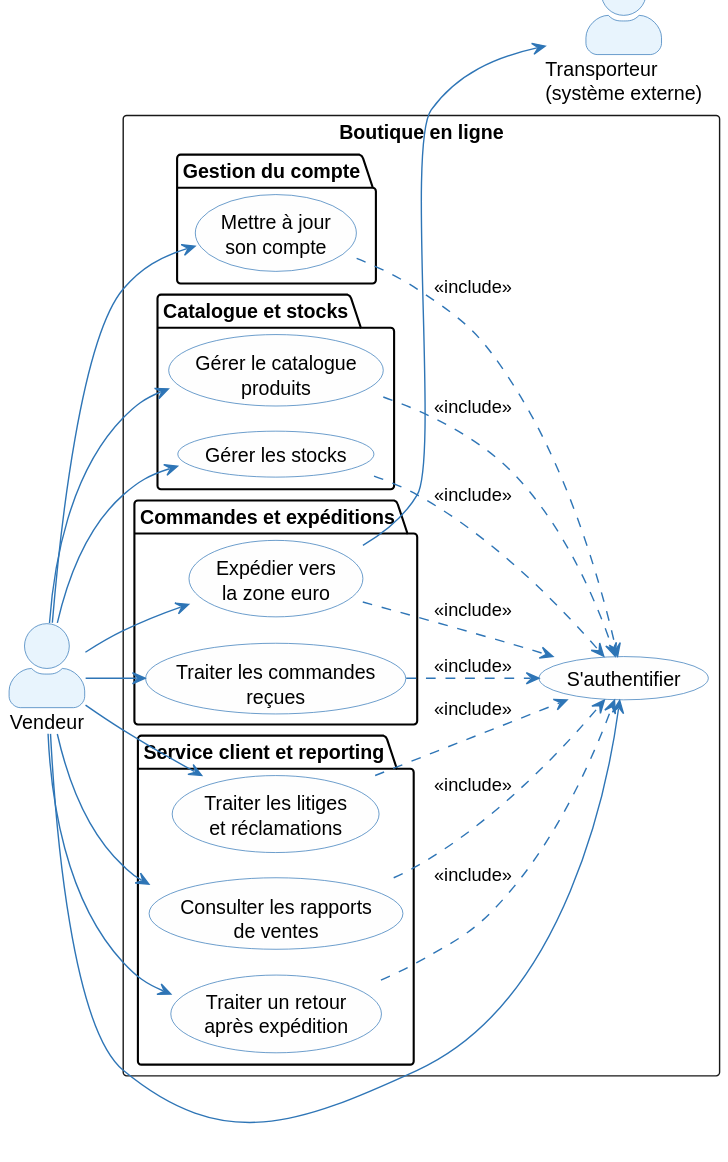
Above: architecture/01-operational-analysis/diagrams/oa-uc-vendor.svg in louistalvande/online_shop (PlantUML), before the change. Its diagram source:
```plantuml
@startuml
skinparam actorStyle awesome
skinparam usecase {
  BackgroundColor #FEFEFE
  BorderColor #2E75B6
  ArrowColor #2E75B6
}
skinparam actor {
  BackgroundColor #E8F4FD
  BorderColor #2E75B6
}

left to right direction

actor "Vendeur" as Vendor
actor "Transporteur\n(système externe)" as Carrier

rectangle "Boutique en ligne" {
  usecase (S'authentifier) as UC_V_AUTH
  package "Gestion du compte" {
    usecase (Mettre à jour\nson compte) as UC_V0
  }
  package "Catalogue et stocks" {
    usecase (Gérer le catalogue\nproduits) as UC_V1
    usecase (Gérer les stocks) as UC_V2
  }
  package "Commandes et expéditions" {
    usecase (Traiter les commandes\nreçues) as UC_V3
    usecase (Expédier vers\nla zone euro) as UC_V4
  }
  package "Service client et reporting" {
    usecase (Traiter les litiges\net réclamations) as UC_V5
    usecase (Consulter les rapports\nde ventes) as UC_V6
    usecase (Traiter un retour\naprès expédition) as UC_V8
  }
}

Vendor --> UC_V_AUTH
Vendor --> UC_V0
Vendor --> UC_V1
Vendor --> UC_V2
Vendor --> UC_V3
Vendor --> UC_V4
Vendor --> UC_V5
Vendor --> UC_V6
Vendor --> UC_V8
UC_V0 ..> UC_V_AUTH : <<include>>
UC_V1 ..> UC_V_AUTH : <<include>>
UC_V2 ..> UC_V_AUTH : <<include>>
UC_V3 ..> UC_V_AUTH : <<include>>
UC_V4 ..> UC_V_AUTH : <<include>>
UC_V5 ..> UC_V_AUTH : <<include>>
UC_V6 ..> UC_V_AUTH : <<include>>
UC_V8 ..> UC_V_AUTH : <<include>>
UC_V4 --> Carrier
@enduml
```
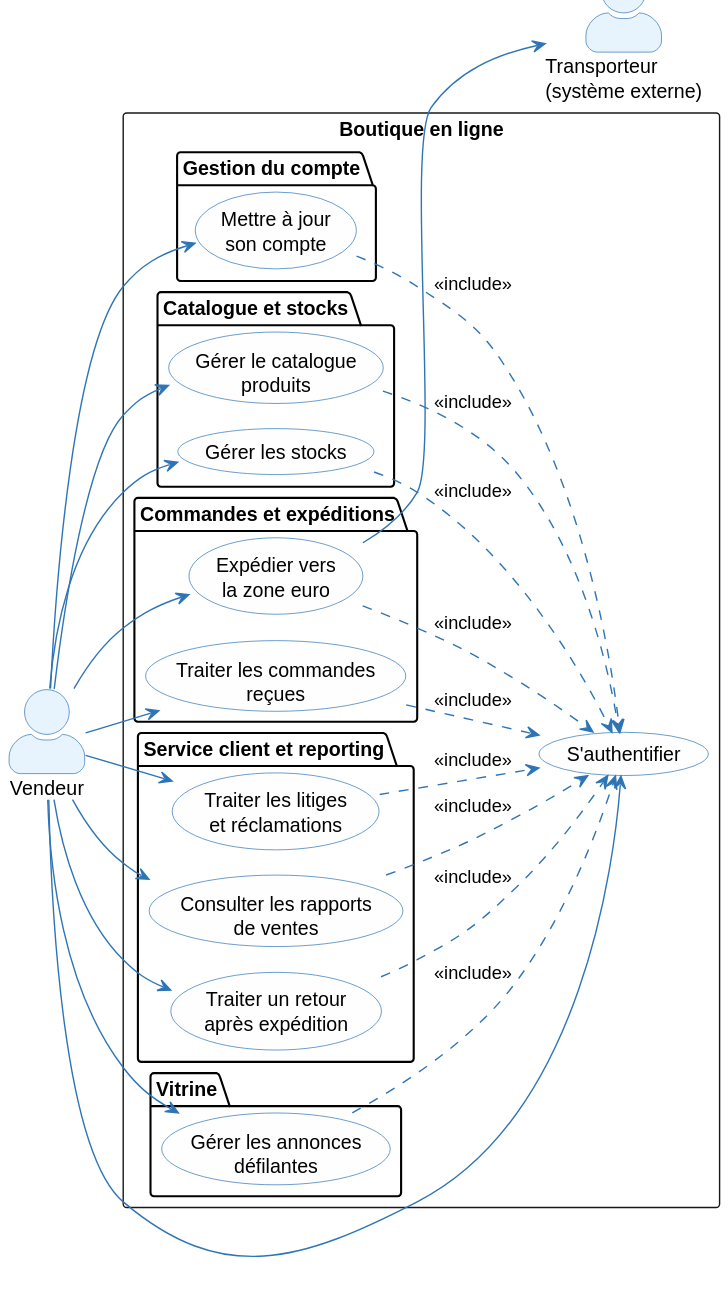
Later version of the same file.

What changed in the source:
```diff
@@ -33,6 +33,9 @@
     usecase (Consulter les rapports\nde ventes) as UC_V6
     usecase (Traiter un retour\naprès expédition) as UC_V8
   }
+  package "Vitrine" {
+    usecase (Gérer les annonces\ndéfilantes) as UC_V9
+  }
 }
 
 Vendor --> UC_V_AUTH
@@ -44,6 +47,7 @@
 Vendor --> UC_V5
 Vendor --> UC_V6
 Vendor --> UC_V8
+Vendor --> UC_V9
 UC_V0 ..> UC_V_AUTH : <<include>>
 UC_V1 ..> UC_V_AUTH : <<include>>
 UC_V2 ..> UC_V_AUTH : <<include>>
@@ -52,5 +56,6 @@
 UC_V5 ..> UC_V_AUTH : <<include>>
 UC_V6 ..> UC_V_AUTH : <<include>>
 UC_V8 ..> UC_V_AUTH : <<include>>
+UC_V9 ..> UC_V_AUTH : <<include>>
 UC_V4 --> Carrier
 @enduml
```
